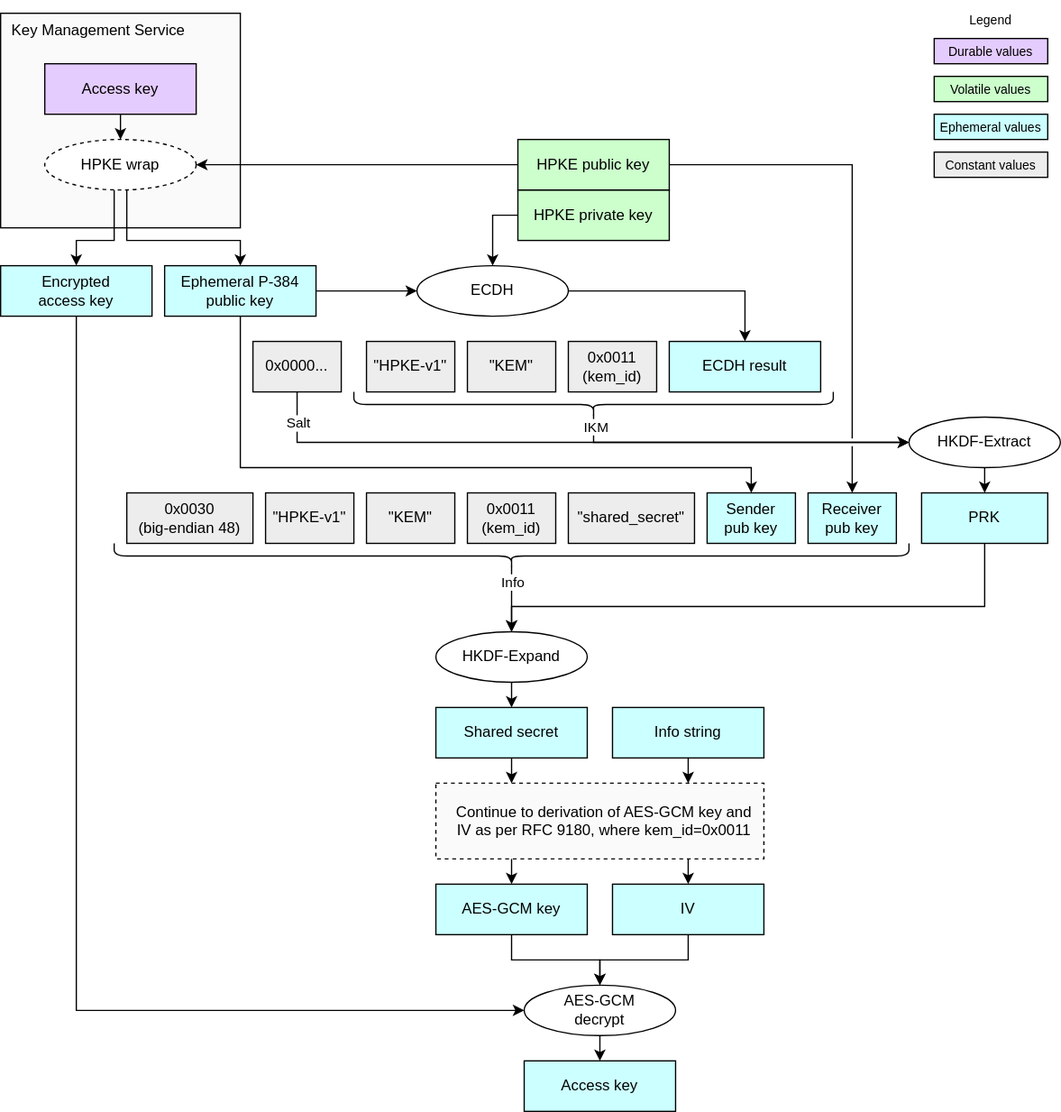
Earlier version of the draw.io export doc/ocp_lock/diagrams/hpke_kem_ecdh.drawio.svg (chipsalliance/Caliptra). Source tidied: cells renumbered, new cells last; positions are measured from the earlier drawing's top-left corner, leaving out a move shared by most shapes.
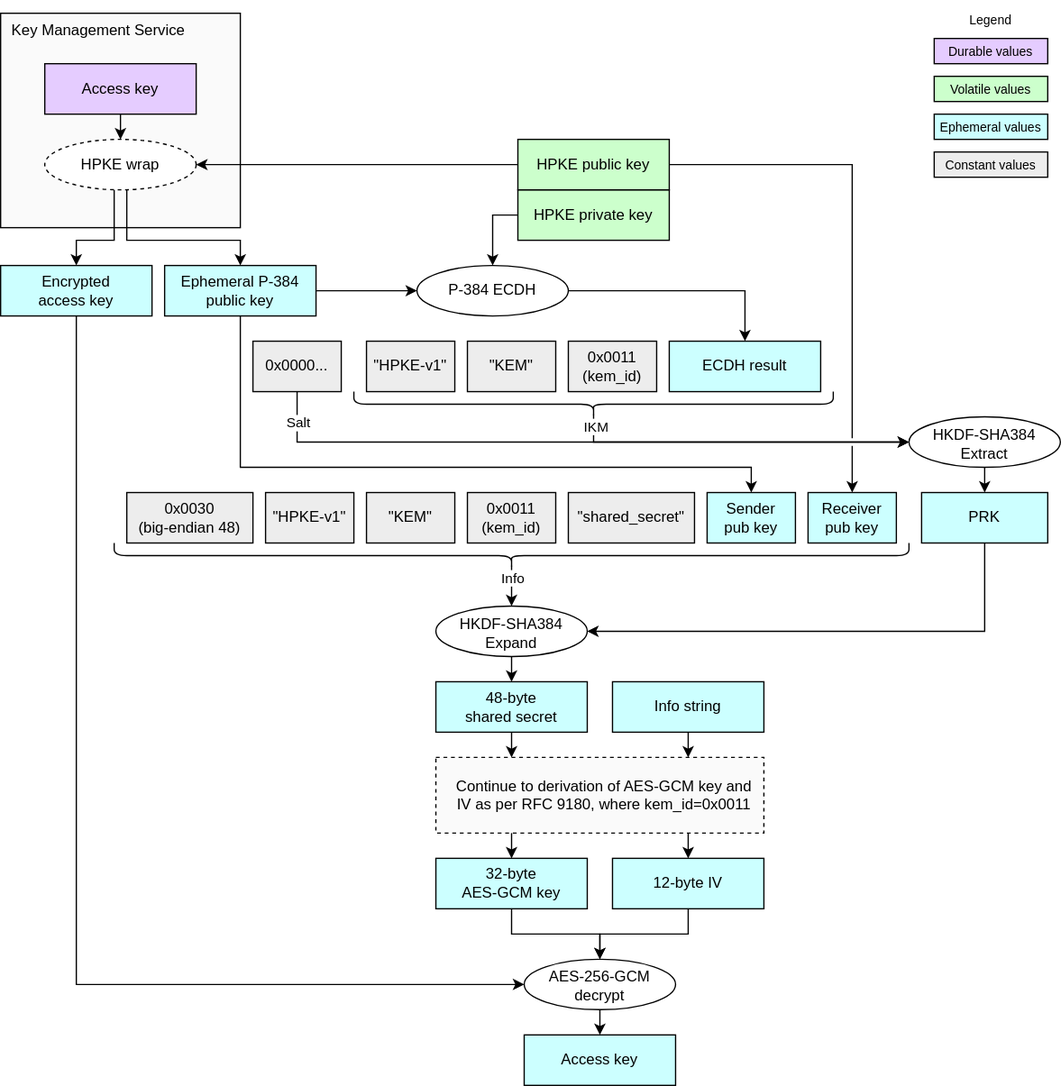
Above is the later version.

Change to the diagram source:
```diff
@@ -55,7 +55,7 @@
         </Array>
       </mxGeometry>
     </mxCell>
-    <mxCell id="15" value="ECDH" style="ellipse;whiteSpace=wrap;html=1;fillColor=#FFFFFF;" parent="1" vertex="1">
+    <mxCell id="15" value="P-384 ECDH" style="ellipse;whiteSpace=wrap;html=1;fillColor=#FFFFFF;" parent="1" vertex="1">
       <mxGeometry x="330" y="210" width="120" height="40" as="geometry" />
     </mxCell>
     <mxCell id="16" style="endArrow=classic;html=1;exitX=1;exitY=0.5;exitDx=0;exitDy=0;entryX=0;entryY=0.5;entryDx=0;entryDy=0;" parent="1" edge="1" source="13" target="15">
@@ -74,7 +74,7 @@
     <mxCell id="19" style="edgeStyle=segmentEdgeStyle;endArrow=classic;html=1;curved=0;rounded=0;endSize=6;startSize=6;exitX=0.5;exitY=1;exitDx=0;exitDy=0;entryX=0;entryY=0.5;entryDx=0;entryDy=0;" parent="1" edge="1" source="21" target="53">
       <mxGeometry relative="1" as="geometry">
         <Array as="points">
-          <mxPoint x="60" y="800" />
+          <mxPoint x="60" y="780" />
         </Array>
       </mxGeometry>
     </mxCell>
@@ -106,7 +106,7 @@
     <mxCell id="27" style="shape=curlyBracket;whiteSpace=wrap;html=1;rounded=1;labelPosition=left;verticalLabelPosition=middle;align=right;verticalAlign=middle;rotation=-90;" parent="1" vertex="1">
       <mxGeometry x="460" y="130" width="20" height="380" as="geometry" />
     </mxCell>
-    <mxCell id="28" value="HKDF-Extract" style="ellipse;whiteSpace=wrap;html=1;fillColor=#FFFFFF;" parent="1" vertex="1">
+    <mxCell id="28" value="HKDF-SHA384 Extract" style="ellipse;whiteSpace=wrap;html=1;fillColor=#FFFFFF;spacingTop=3;" parent="1" vertex="1">
       <mxGeometry x="720" y="330" width="120" height="40" as="geometry" />
     </mxCell>
     <mxCell id="29" value="&lt;div&gt;&lt;font color=&quot;#000000&quot;&gt;PRK&lt;/font&gt;&lt;/div&gt;" style="rounded=0;whiteSpace=wrap;html=1;align=center;verticalAlign=middle;shadow=0;glass=0;spacingLeft=0;spacingBottom=0;spacingTop=0;fillColor=#CCFFFF;" parent="1" vertex="1">
@@ -144,19 +144,18 @@
     <mxCell id="38" style="shape=curlyBracket;whiteSpace=wrap;html=1;rounded=1;labelPosition=left;verticalLabelPosition=middle;align=right;verticalAlign=middle;rotation=-90;" parent="1" vertex="1">
       <mxGeometry x="395" y="125" width="20" height="630" as="geometry" />
     </mxCell>
-    <mxCell id="39" value="HKDF-Expand" style="ellipse;whiteSpace=wrap;html=1;fillColor=#FFFFFF;" parent="1" vertex="1">
-      <mxGeometry x="345" y="500" width="120" height="40" as="geometry" />
+    <mxCell id="39" value="HKDF-SHA384 Expand" style="ellipse;whiteSpace=wrap;html=1;fillColor=#FFFFFF;spacingTop=3;" parent="1" vertex="1">
+      <mxGeometry x="345" y="480" width="120" height="40" as="geometry" />
     </mxCell>
-    <mxCell id="40" style="edgeStyle=orthogonalEdgeStyle;endArrow=classic;html=1;rounded=0;endSize=6;startSize=6;entryX=0.5;entryY=0;entryDx=0;entryDy=0;exitX=0.5;exitY=1;exitDx=0;exitDy=0;jumpStyle=gap;" parent="1" edge="1" source="29" target="39">
+    <mxCell id="40" style="edgeStyle=orthogonalEdgeStyle;endArrow=classic;html=1;rounded=0;endSize=6;startSize=6;entryX=1;entryY=0.5;entryDx=0;entryDy=0;exitX=0.5;exitY=1;exitDx=0;exitDy=0;jumpStyle=gap;" parent="1" edge="1" source="29" target="39">
       <mxGeometry relative="1" as="geometry">
         <Array as="points">
-          <mxPoint x="780" y="480" />
-          <mxPoint x="405" y="480" />
+          <mxPoint x="780" y="500" />
         </Array>
       </mxGeometry>
     </mxCell>
-    <mxCell id="41" value="&lt;div&gt;&lt;font color=&quot;#000000&quot;&gt;Shared secret&lt;/font&gt;&lt;/div&gt;" style="rounded=0;whiteSpace=wrap;html=1;align=center;verticalAlign=middle;shadow=0;glass=0;spacingLeft=0;spacingBottom=0;spacingTop=0;fillColor=#CCFFFF;" parent="1" vertex="1">
-      <mxGeometry x="345" y="560" width="120" height="40" as="geometry" />
+    <mxCell id="41" value="&lt;div&gt;&lt;font color=&quot;#000000&quot;&gt;48-byte&lt;/font&gt;&lt;/div&gt;&lt;div&gt;&lt;font color=&quot;#000000&quot;&gt;shared secret&lt;/font&gt;&lt;/div&gt;" style="rounded=0;whiteSpace=wrap;html=1;align=center;verticalAlign=middle;shadow=0;glass=0;spacingLeft=0;spacingBottom=0;spacingTop=0;fillColor=#CCFFFF;" parent="1" vertex="1">
+      <mxGeometry x="345" y="540" width="120" height="40" as="geometry" />
     </mxCell>
     <mxCell id="42" style="endArrow=classic;html=1;rounded=0;endSize=6;startSize=6;entryX=0.5;entryY=0;entryDx=0;entryDy=0;exitX=0.5;exitY=1;exitDx=0;exitDy=0;jumpStyle=gap;" parent="1" edge="1" source="39" target="41">
       <mxGeometry relative="1" as="geometry" />
@@ -179,7 +178,7 @@
     </mxCell>
     <mxCell id="47" value="Info" style="edgeLabel;html=1;align=center;verticalAlign=middle;" parent="46" vertex="1">
       <mxGeometry x="0.67" relative="1" as="geometry">
-        <mxPoint y="-32" as="offset" />
+        <mxPoint y="-18" as="offset" />
       </mxGeometry>
     </mxCell>
     <mxCell id="48" style="edgeStyle=orthogonalEdgeStyle;endArrow=classic;html=1;rounded=0;endSize=6;startSize=6;entryX=0.5;entryY=0;entryDx=0;entryDy=0;exitX=1;exitY=0.5;exitDx=0;exitDy=0;jumpStyle=gap;" parent="1" edge="1" source="5" target="37">
@@ -195,38 +194,38 @@
       <mxGeometry x="200" y="270" width="70" height="40" as="geometry" />
     </mxCell>
     <mxCell id="52" value="Continue to derivation of&amp;nbsp;&lt;span style=&quot;background-color: transparent;&quot;&gt;AES-GCM key and&lt;/span&gt;&lt;div&gt;&lt;span style=&quot;background-color: transparent;&quot;&gt;IV as per&amp;nbsp;&lt;/span&gt;&lt;span style=&quot;background-color: transparent;&quot;&gt;RFC 9180, where kem_id=0x0011&lt;/span&gt;&lt;/div&gt;" style="rounded=0;whiteSpace=wrap;html=1;fillColor=#FAFAFA;strokeColor=#000000;align=center;verticalAlign=middle;spacingLeft=7;dashed=1;" parent="1" vertex="1">
-      <mxGeometry x="345" y="620" width="260" height="60" as="geometry" />
+      <mxGeometry x="345" y="600" width="260" height="60" as="geometry" />
     </mxCell>
-    <mxCell id="53" value="AES-GCM&lt;div&gt;decrypt&lt;/div&gt;" style="ellipse;whiteSpace=wrap;html=1;fillColor=#FFFFFF;" parent="1" vertex="1">
-      <mxGeometry x="415" y="780" width="120" height="40" as="geometry" />
+    <mxCell id="53" value="AES-256-GCM&lt;div&gt;decrypt&lt;/div&gt;" style="ellipse;whiteSpace=wrap;html=1;fillColor=#FFFFFF;spacingTop=1;" parent="1" vertex="1">
+      <mxGeometry x="415" y="760" width="120" height="40" as="geometry" />
     </mxCell>
     <mxCell id="54" value="Access key" style="rounded=0;whiteSpace=wrap;html=1;align=center;verticalAlign=middle;shadow=0;glass=0;spacingLeft=0;spacingBottom=0;spacingTop=0;fillColor=#CCFFFF;" parent="1" vertex="1">
-      <mxGeometry x="415" y="840" width="120" height="40" as="geometry" />
+      <mxGeometry x="415" y="820" width="120" height="40" as="geometry" />
     </mxCell>
-    <mxCell id="55" value="AES-GCM key" style="rounded=0;whiteSpace=wrap;html=1;align=center;verticalAlign=middle;shadow=0;glass=0;spacingLeft=0;spacingBottom=0;spacingTop=0;fillColor=#CCFFFF;" parent="1" vertex="1">
-      <mxGeometry x="345" y="700" width="120" height="40" as="geometry" />
+    <mxCell id="55" value="32-byte&lt;div&gt;AES-GCM key&lt;/div&gt;" style="rounded=0;whiteSpace=wrap;html=1;align=center;verticalAlign=middle;shadow=0;glass=0;spacingLeft=0;spacingBottom=0;spacingTop=0;fillColor=#CCFFFF;" parent="1" vertex="1">
+      <mxGeometry x="345" y="680" width="120" height="40" as="geometry" />
     </mxCell>
-    <mxCell id="56" value="IV" style="rounded=0;whiteSpace=wrap;html=1;align=center;verticalAlign=middle;shadow=0;glass=0;spacingLeft=0;spacingBottom=0;spacingTop=0;fillColor=#CCFFFF;" parent="1" vertex="1">
-      <mxGeometry x="485" y="700" width="120" height="40" as="geometry" />
+    <mxCell id="56" value="12-byte IV" style="rounded=0;whiteSpace=wrap;html=1;align=center;verticalAlign=middle;shadow=0;glass=0;spacingLeft=0;spacingBottom=0;spacingTop=0;fillColor=#CCFFFF;" parent="1" vertex="1">
+      <mxGeometry x="485" y="680" width="120" height="40" as="geometry" />
     </mxCell>
     <mxCell id="57" style="endArrow=classic;html=1;entryX=0.5;entryY=0;entryDx=0;entryDy=0;exitX=0.5;exitY=1;exitDx=0;exitDy=0;" parent="1" edge="1" target="55">
       <mxGeometry relative="1" as="geometry">
-        <mxPoint x="405" y="680" as="sourcePoint" />
+        <mxPoint x="405" y="660" as="sourcePoint" />
       </mxGeometry>
     </mxCell>
     <mxCell id="58" style="edgeStyle=segmentEdgeStyle;endArrow=classic;html=1;curved=0;rounded=0;endSize=6;startSize=6;exitX=0.5;exitY=1;exitDx=0;exitDy=0;entryX=0.5;entryY=0;entryDx=0;entryDy=0;" parent="1" edge="1" source="55" target="53">
       <mxGeometry relative="1" as="geometry">
         <Array as="points">
-          <mxPoint x="405" y="760" />
-          <mxPoint x="475" y="760" />
+          <mxPoint x="405" y="740" />
+          <mxPoint x="475" y="740" />
         </Array>
       </mxGeometry>
     </mxCell>
     <mxCell id="59" style="edgeStyle=segmentEdgeStyle;endArrow=classic;html=1;curved=0;rounded=0;endSize=6;startSize=6;exitX=0.5;exitY=1;exitDx=0;exitDy=0;entryX=0.5;entryY=0;entryDx=0;entryDy=0;" parent="1" edge="1" source="56" target="53">
       <mxGeometry relative="1" as="geometry">
         <Array as="points">
-          <mxPoint x="545" y="760" />
-          <mxPoint x="475" y="760" />
+          <mxPoint x="545" y="740" />
+          <mxPoint x="475" y="740" />
         </Array>
       </mxGeometry>
     </mxCell>
@@ -235,20 +234,20 @@
     </mxCell>
     <mxCell id="61" style="endArrow=classic;html=1;exitX=0.5;exitY=1;exitDx=0;exitDy=0;entryX=0.5;entryY=0;entryDx=0;entryDy=0;" parent="1" edge="1" target="56">
       <mxGeometry relative="1" as="geometry">
-        <mxPoint x="545" y="680" as="sourcePoint" />
+        <mxPoint x="545" y="660" as="sourcePoint" />
       </mxGeometry>
     </mxCell>
     <mxCell id="62" value="&lt;div&gt;&lt;font&gt;Info string&lt;/font&gt;&lt;/div&gt;" style="rounded=0;whiteSpace=wrap;html=1;align=center;verticalAlign=middle;shadow=0;glass=0;spacingLeft=0;spacingBottom=0;spacingTop=0;fillColor=#CCFFFF;" parent="1" vertex="1">
-      <mxGeometry x="485" y="560" width="120" height="40" as="geometry" />
+      <mxGeometry x="485" y="540" width="120" height="40" as="geometry" />
     </mxCell>
     <mxCell id="63" style="endArrow=classic;html=1;exitX=0.5;exitY=1;exitDx=0;exitDy=0;" parent="1" edge="1" source="41">
       <mxGeometry relative="1" as="geometry">
-        <mxPoint x="405" y="620" as="targetPoint" />
+        <mxPoint x="405" y="600" as="targetPoint" />
       </mxGeometry>
     </mxCell>
     <mxCell id="64" style="endArrow=classic;html=1;exitX=0.5;exitY=1;exitDx=0;exitDy=0;" parent="1" edge="1" source="62">
       <mxGeometry relative="1" as="geometry">
-        <mxPoint x="545" y="620" as="targetPoint" />
+        <mxPoint x="545" y="600" as="targetPoint" />
       </mxGeometry>
     </mxCell>
   </root>
```
